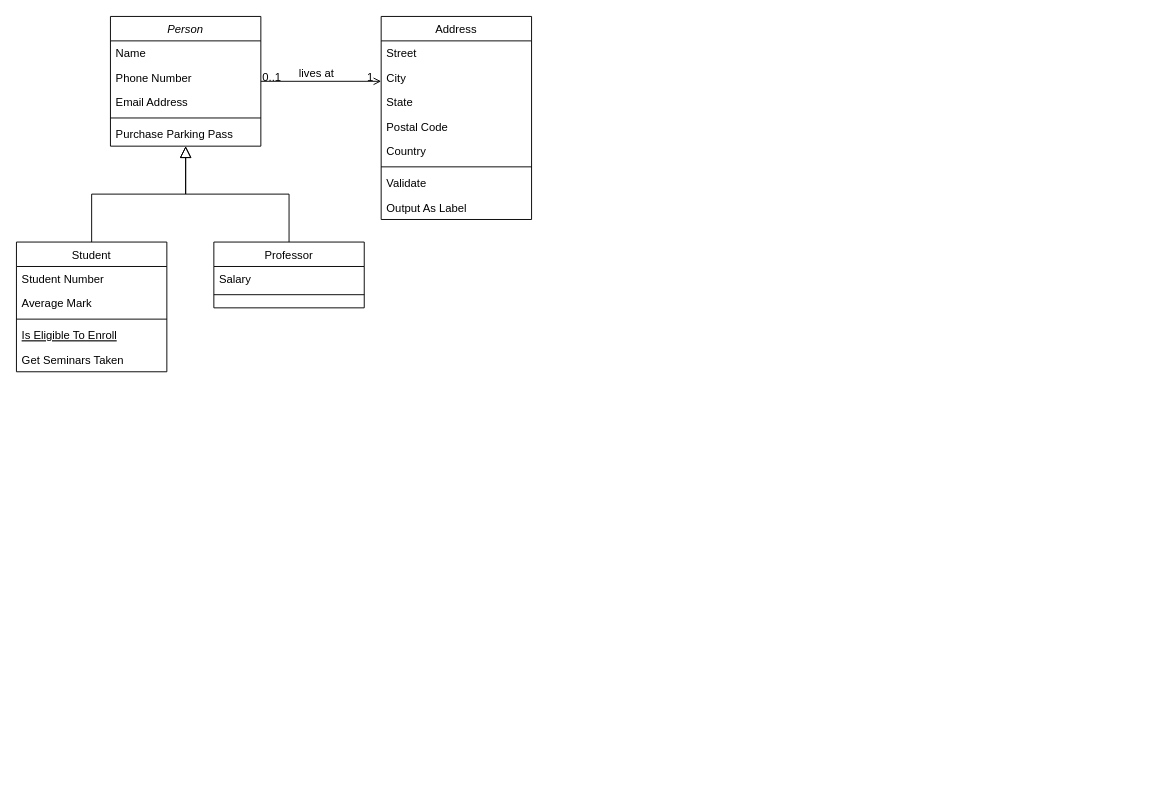
The draw.io diagram Diagrama sin título.drawio in abdell1999/blog, before the edit. Source tidied: cells renumbered, new cells numbered last; positions are measured from the earlier drawing's top-left corner, leaving out a move shared by most shapes. Both pictures are drawn from the tidied source at 94%, with x=0, y=0 at pixel (16, 16).
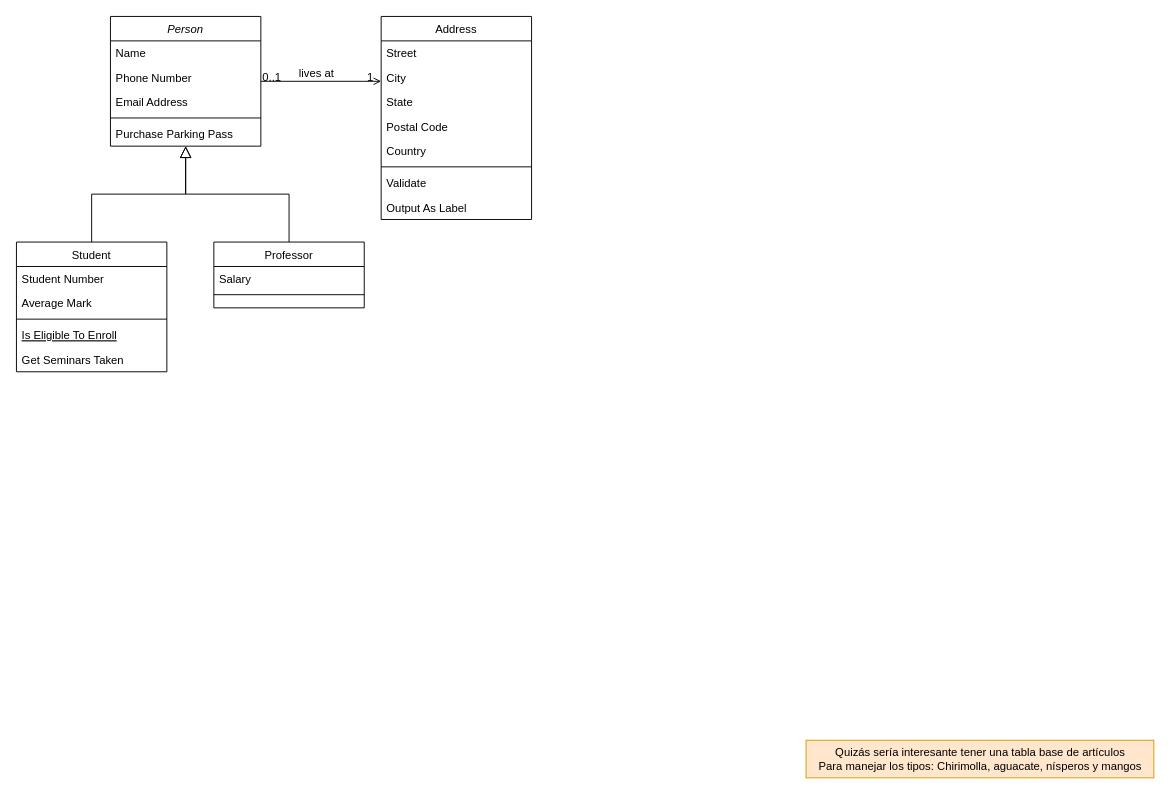
Above is the later version.

Diff of the diagram source:
```diff
@@
+    <mxCell id="32" value="Quizás sería interesante tener una tabla base de artículos&lt;br&gt;Para manejar los tipos: Chirimolla, aguacate, nísperos y mangos" style="text;html=1;align=center;verticalAlign=middle;strokeColor=#d79b00;fillColor=#ffe6cc;" parent="1" vertex="1">
+      <mxGeometry x="840" y="770" width="370" height="40" as="geometry" />
+    </mxCell>
```
